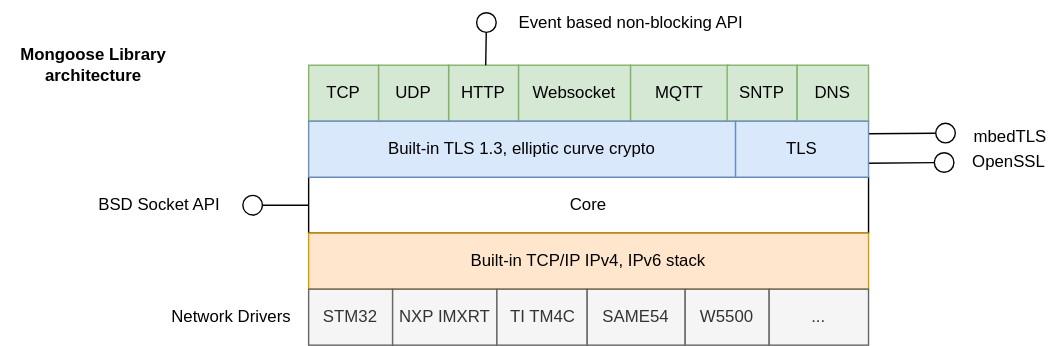
This is media/mongoose.svg from cpq/embedded-network-programming-guide, a draw.io export, as it was before one commit. Source tidied: cells renumbered, new cells last; positions are measured from the earlier drawing's top-left corner, leaving out a move shared by most shapes. Its diagram source:
```xml
<mxGraphModel>
  <root>
    <mxCell id="0" />
    <mxCell id="1" parent="0" />
    <mxCell id="2" value="&lt;div style=&quot;&quot;&gt;&lt;span style=&quot;background-color: initial;&quot;&gt;HTTP&lt;/span&gt;&lt;/div&gt;" style="rounded=0;whiteSpace=wrap;html=1;fillColor=#d5e8d4;strokeColor=#82b366;align=center;" parent="1" vertex="1">
      <mxGeometry x="320" y="45" width="50" height="40" as="geometry" />
    </mxCell>
    <mxCell id="3" value="&lt;div style=&quot;&quot;&gt;&lt;span style=&quot;background-color: initial;&quot;&gt;Websocket&lt;/span&gt;&lt;/div&gt;" style="rounded=0;whiteSpace=wrap;html=1;fillColor=#d5e8d4;strokeColor=#82b366;align=center;" parent="1" vertex="1">
      <mxGeometry x="370" y="45" width="80" height="40" as="geometry" />
    </mxCell>
    <mxCell id="4" value="&lt;div style=&quot;&quot;&gt;&lt;span style=&quot;background-color: initial;&quot;&gt;MQTT&lt;/span&gt;&lt;/div&gt;" style="rounded=0;whiteSpace=wrap;html=1;fillColor=#d5e8d4;strokeColor=#82b366;align=center;" parent="1" vertex="1">
      <mxGeometry x="450" y="45" width="70" height="40" as="geometry" />
    </mxCell>
    <mxCell id="5" value="&lt;div style=&quot;&quot;&gt;&lt;span style=&quot;background-color: initial;&quot;&gt;SNTP&lt;/span&gt;&lt;/div&gt;" style="rounded=0;whiteSpace=wrap;html=1;fillColor=#d5e8d4;strokeColor=#82b366;align=center;" parent="1" vertex="1">
      <mxGeometry x="519" y="45" width="50" height="40" as="geometry" />
    </mxCell>
    <mxCell id="6" value="&lt;div style=&quot;&quot;&gt;&lt;span style=&quot;background-color: initial;&quot;&gt;DNS&lt;/span&gt;&lt;/div&gt;" style="rounded=0;whiteSpace=wrap;html=1;fillColor=#d5e8d4;strokeColor=#82b366;align=center;" parent="1" vertex="1">
      <mxGeometry x="569" y="45" width="51" height="40" as="geometry" />
    </mxCell>
    <mxCell id="7" value="&lt;div style=&quot;&quot;&gt;&lt;span style=&quot;background-color: initial;&quot;&gt;TCP&lt;/span&gt;&lt;/div&gt;" style="rounded=0;whiteSpace=wrap;html=1;fillColor=#d5e8d4;strokeColor=#82b366;align=center;" parent="1" vertex="1">
      <mxGeometry x="220" y="45" width="50" height="40" as="geometry" />
    </mxCell>
    <mxCell id="8" value="&lt;div style=&quot;&quot;&gt;&lt;span style=&quot;background-color: initial;&quot;&gt;UDP&lt;/span&gt;&lt;/div&gt;" style="rounded=0;whiteSpace=wrap;html=1;fillColor=#d5e8d4;strokeColor=#82b366;align=center;" parent="1" vertex="1">
      <mxGeometry x="270" y="45" width="50" height="40" as="geometry" />
    </mxCell>
    <mxCell id="9" value="Core" style="rounded=0;whiteSpace=wrap;html=1;" parent="1" vertex="1">
      <mxGeometry x="220" y="125" width="400" height="40" as="geometry" />
    </mxCell>
    <mxCell id="10" style="endArrow=none;html=1;rounded=0;entryX=0;entryY=0.5;entryDx=0;entryDy=0;startArrow=oval;startFill=0;targetPerimeterSpacing=0;sourcePerimeterSpacing=0;startSize=14;" parent="1" edge="1" target="9">
      <mxGeometry relative="1" as="geometry">
        <mxPoint x="180" y="145" as="sourcePoint" />
      </mxGeometry>
    </mxCell>
    <mxCell id="11" value="BSD Socket API" style="text;html=1;strokeColor=none;fillColor=none;align=center;verticalAlign=middle;whiteSpace=wrap;rounded=0;" parent="1" vertex="1">
      <mxGeometry x="60" y="130" width="107" height="30" as="geometry" />
    </mxCell>
    <mxCell id="12" value="Built-in TCP/IP IPv4, IPv6 stack" style="rounded=0;whiteSpace=wrap;html=1;fillColor=#ffe6cc;strokeColor=#d79b00;" parent="1" vertex="1">
      <mxGeometry x="220" y="165" width="400" height="40" as="geometry" />
    </mxCell>
    <mxCell id="13" value="STM32" style="rounded=0;whiteSpace=wrap;html=1;fillColor=#f5f5f5;fontColor=#333333;strokeColor=#666666;" parent="1" vertex="1">
      <mxGeometry x="220" y="205" width="60" height="40" as="geometry" />
    </mxCell>
    <mxCell id="14" value="NXP IMXRT" style="rounded=0;whiteSpace=wrap;html=1;fillColor=#f5f5f5;fontColor=#333333;strokeColor=#666666;" parent="1" vertex="1">
      <mxGeometry x="280" y="205" width="74.5" height="40" as="geometry" />
    </mxCell>
    <mxCell id="15" value="TI TM4C" style="rounded=0;whiteSpace=wrap;html=1;fillColor=#f5f5f5;fontColor=#333333;strokeColor=#666666;" parent="1" vertex="1">
      <mxGeometry x="354.5" y="205" width="64.5" height="40" as="geometry" />
    </mxCell>
    <mxCell id="16" value="SAME54" style="rounded=0;whiteSpace=wrap;html=1;fillColor=#f5f5f5;fontColor=#333333;strokeColor=#666666;" parent="1" vertex="1">
      <mxGeometry x="419" y="205" width="70" height="40" as="geometry" />
    </mxCell>
    <mxCell id="17" value="W5500" style="rounded=0;whiteSpace=wrap;html=1;fillColor=#f5f5f5;fontColor=#333333;strokeColor=#666666;" parent="1" vertex="1">
      <mxGeometry x="489" y="205" width="60" height="40" as="geometry" />
    </mxCell>
    <mxCell id="18" value="..." style="rounded=0;whiteSpace=wrap;html=1;fillColor=#f5f5f5;fontColor=#333333;strokeColor=#666666;" parent="1" vertex="1">
      <mxGeometry x="549" y="205" width="71" height="40" as="geometry" />
    </mxCell>
    <mxCell id="19" value="Network Drivers" style="text;html=1;strokeColor=none;fillColor=none;align=center;verticalAlign=middle;whiteSpace=wrap;rounded=0;" parent="1" vertex="1">
      <mxGeometry x="120" y="210" width="90" height="30" as="geometry" />
    </mxCell>
    <mxCell id="20" value="Built-in TLS 1.3, elliptic curve crypto" style="rounded=0;whiteSpace=wrap;html=1;fillColor=#dae8fc;strokeColor=#6c8ebf;" parent="1" vertex="1">
      <mxGeometry x="220" y="85" width="305" height="40" as="geometry" />
    </mxCell>
    <mxCell id="21" style="endArrow=none;html=1;rounded=0;entryX=1;entryY=0.5;entryDx=0;entryDy=0;startArrow=oval;startFill=0;targetPerimeterSpacing=0;sourcePerimeterSpacing=0;startSize=14;" parent="1" edge="1">
      <mxGeometry relative="1" as="geometry">
        <mxPoint x="675" y="93.5" as="sourcePoint" />
        <mxPoint x="620" y="94" as="targetPoint" />
      </mxGeometry>
    </mxCell>
    <mxCell id="22" value="mbedTLS" style="text;html=1;strokeColor=none;fillColor=none;align=center;verticalAlign=middle;whiteSpace=wrap;rounded=0;" parent="1" vertex="1">
      <mxGeometry x="685" y="81" width="73" height="30" as="geometry" />
    </mxCell>
    <mxCell id="23" style="endArrow=none;html=1;rounded=0;entryX=1;entryY=0.5;entryDx=0;entryDy=0;startArrow=oval;startFill=0;targetPerimeterSpacing=0;sourcePerimeterSpacing=0;startSize=14;" parent="1" edge="1">
      <mxGeometry relative="1" as="geometry">
        <mxPoint x="674" y="114.5" as="sourcePoint" />
        <mxPoint x="619" y="115" as="targetPoint" />
      </mxGeometry>
    </mxCell>
    <mxCell id="24" value="OpenSSL" style="text;html=1;strokeColor=none;fillColor=none;align=center;verticalAlign=middle;whiteSpace=wrap;rounded=0;" parent="1" vertex="1">
      <mxGeometry x="684" y="99" width="73" height="30" as="geometry" />
    </mxCell>
    <mxCell id="25" style="endArrow=none;html=1;rounded=0;entryX=1;entryY=0.5;entryDx=0;entryDy=0;startArrow=oval;startFill=0;targetPerimeterSpacing=0;sourcePerimeterSpacing=0;startSize=14;" parent="1" edge="1">
      <mxGeometry relative="1" as="geometry">
        <mxPoint x="347" y="14.5" as="sourcePoint" />
        <mxPoint x="346.5" y="45" as="targetPoint" />
      </mxGeometry>
    </mxCell>
    <mxCell id="26" value="Event based non-blocking API" style="text;html=1;strokeColor=none;fillColor=none;align=center;verticalAlign=middle;whiteSpace=wrap;rounded=0;" parent="1" vertex="1">
      <mxGeometry x="357.5" width="184.5" height="30" as="geometry" />
    </mxCell>
    <mxCell id="27" value="TLS" style="rounded=0;whiteSpace=wrap;html=1;fillColor=#dae8fc;strokeColor=#6c8ebf;" parent="1" vertex="1">
      <mxGeometry x="525" y="85" width="95" height="40" as="geometry" />
    </mxCell>
    <mxCell id="28" value="Mongoose Library&lt;br&gt;architecture" style="text;html=1;strokeColor=none;fillColor=none;align=center;verticalAlign=middle;whiteSpace=wrap;rounded=0;fontStyle=1;" parent="1" vertex="1">
      <mxGeometry y="30" width="132.8" height="30" as="geometry" />
    </mxCell>
  </root>
</mxGraphModel>
```
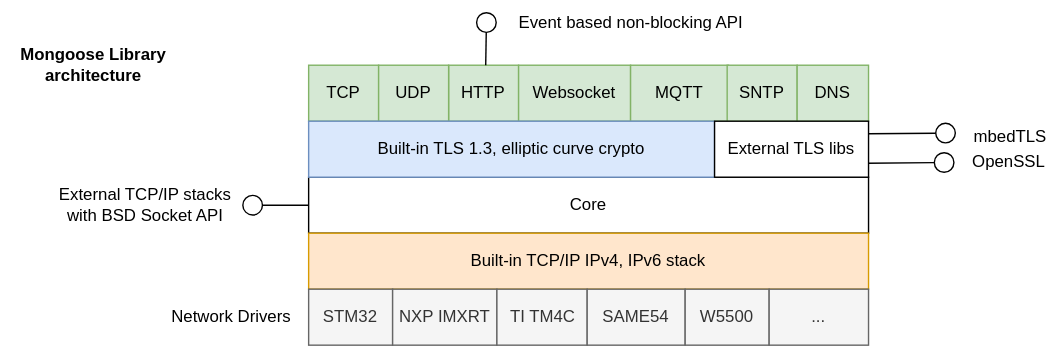
After the commit.

Commit message:
Mongoose diagram

Diff of the diagram source:
```diff
@@ -31,8 +31,8 @@
         <mxPoint x="180" y="145" as="sourcePoint" />
       </mxGeometry>
     </mxCell>
-    <mxCell id="11" value="BSD Socket API" style="text;html=1;strokeColor=none;fillColor=none;align=center;verticalAlign=middle;whiteSpace=wrap;rounded=0;" parent="1" vertex="1">
-      <mxGeometry x="60" y="130" width="107" height="30" as="geometry" />
+    <mxCell id="11" value="External TCP/IP stacks with BSD Socket API" style="text;html=1;strokeColor=none;fillColor=none;align=center;verticalAlign=middle;whiteSpace=wrap;rounded=0;" parent="1" vertex="1">
+      <mxGeometry x="40" y="130" width="127" height="30" as="geometry" />
     </mxCell>
     <mxCell id="12" value="Built-in TCP/IP IPv4, IPv6 stack" style="rounded=0;whiteSpace=wrap;html=1;fillColor=#ffe6cc;strokeColor=#d79b00;" parent="1" vertex="1">
       <mxGeometry x="220" y="165" width="400" height="40" as="geometry" />
@@ -59,7 +59,7 @@
       <mxGeometry x="120" y="210" width="90" height="30" as="geometry" />
     </mxCell>
     <mxCell id="20" value="Built-in TLS 1.3, elliptic curve crypto" style="rounded=0;whiteSpace=wrap;html=1;fillColor=#dae8fc;strokeColor=#6c8ebf;" parent="1" vertex="1">
-      <mxGeometry x="220" y="85" width="305" height="40" as="geometry" />
+      <mxGeometry x="220" y="85" width="290" height="40" as="geometry" />
     </mxCell>
     <mxCell id="21" style="endArrow=none;html=1;rounded=0;entryX=1;entryY=0.5;entryDx=0;entryDy=0;startArrow=oval;startFill=0;targetPerimeterSpacing=0;sourcePerimeterSpacing=0;startSize=14;" parent="1" edge="1">
       <mxGeometry relative="1" as="geometry">
@@ -88,8 +88,8 @@
     <mxCell id="26" value="Event based non-blocking API" style="text;html=1;strokeColor=none;fillColor=none;align=center;verticalAlign=middle;whiteSpace=wrap;rounded=0;" parent="1" vertex="1">
       <mxGeometry x="357.5" width="184.5" height="30" as="geometry" />
     </mxCell>
-    <mxCell id="27" value="TLS" style="rounded=0;whiteSpace=wrap;html=1;fillColor=#dae8fc;strokeColor=#6c8ebf;" parent="1" vertex="1">
-      <mxGeometry x="525" y="85" width="95" height="40" as="geometry" />
+    <mxCell id="27" value="External TLS libs" style="rounded=0;whiteSpace=wrap;html=1;" parent="1" vertex="1">
+      <mxGeometry x="510" y="85" width="110" height="40" as="geometry" />
     </mxCell>
     <mxCell id="28" value="Mongoose Library&lt;br&gt;architecture" style="text;html=1;strokeColor=none;fillColor=none;align=center;verticalAlign=middle;whiteSpace=wrap;rounded=0;fontStyle=1;" parent="1" vertex="1">
       <mxGeometry y="30" width="132.8" height="30" as="geometry" />
```
